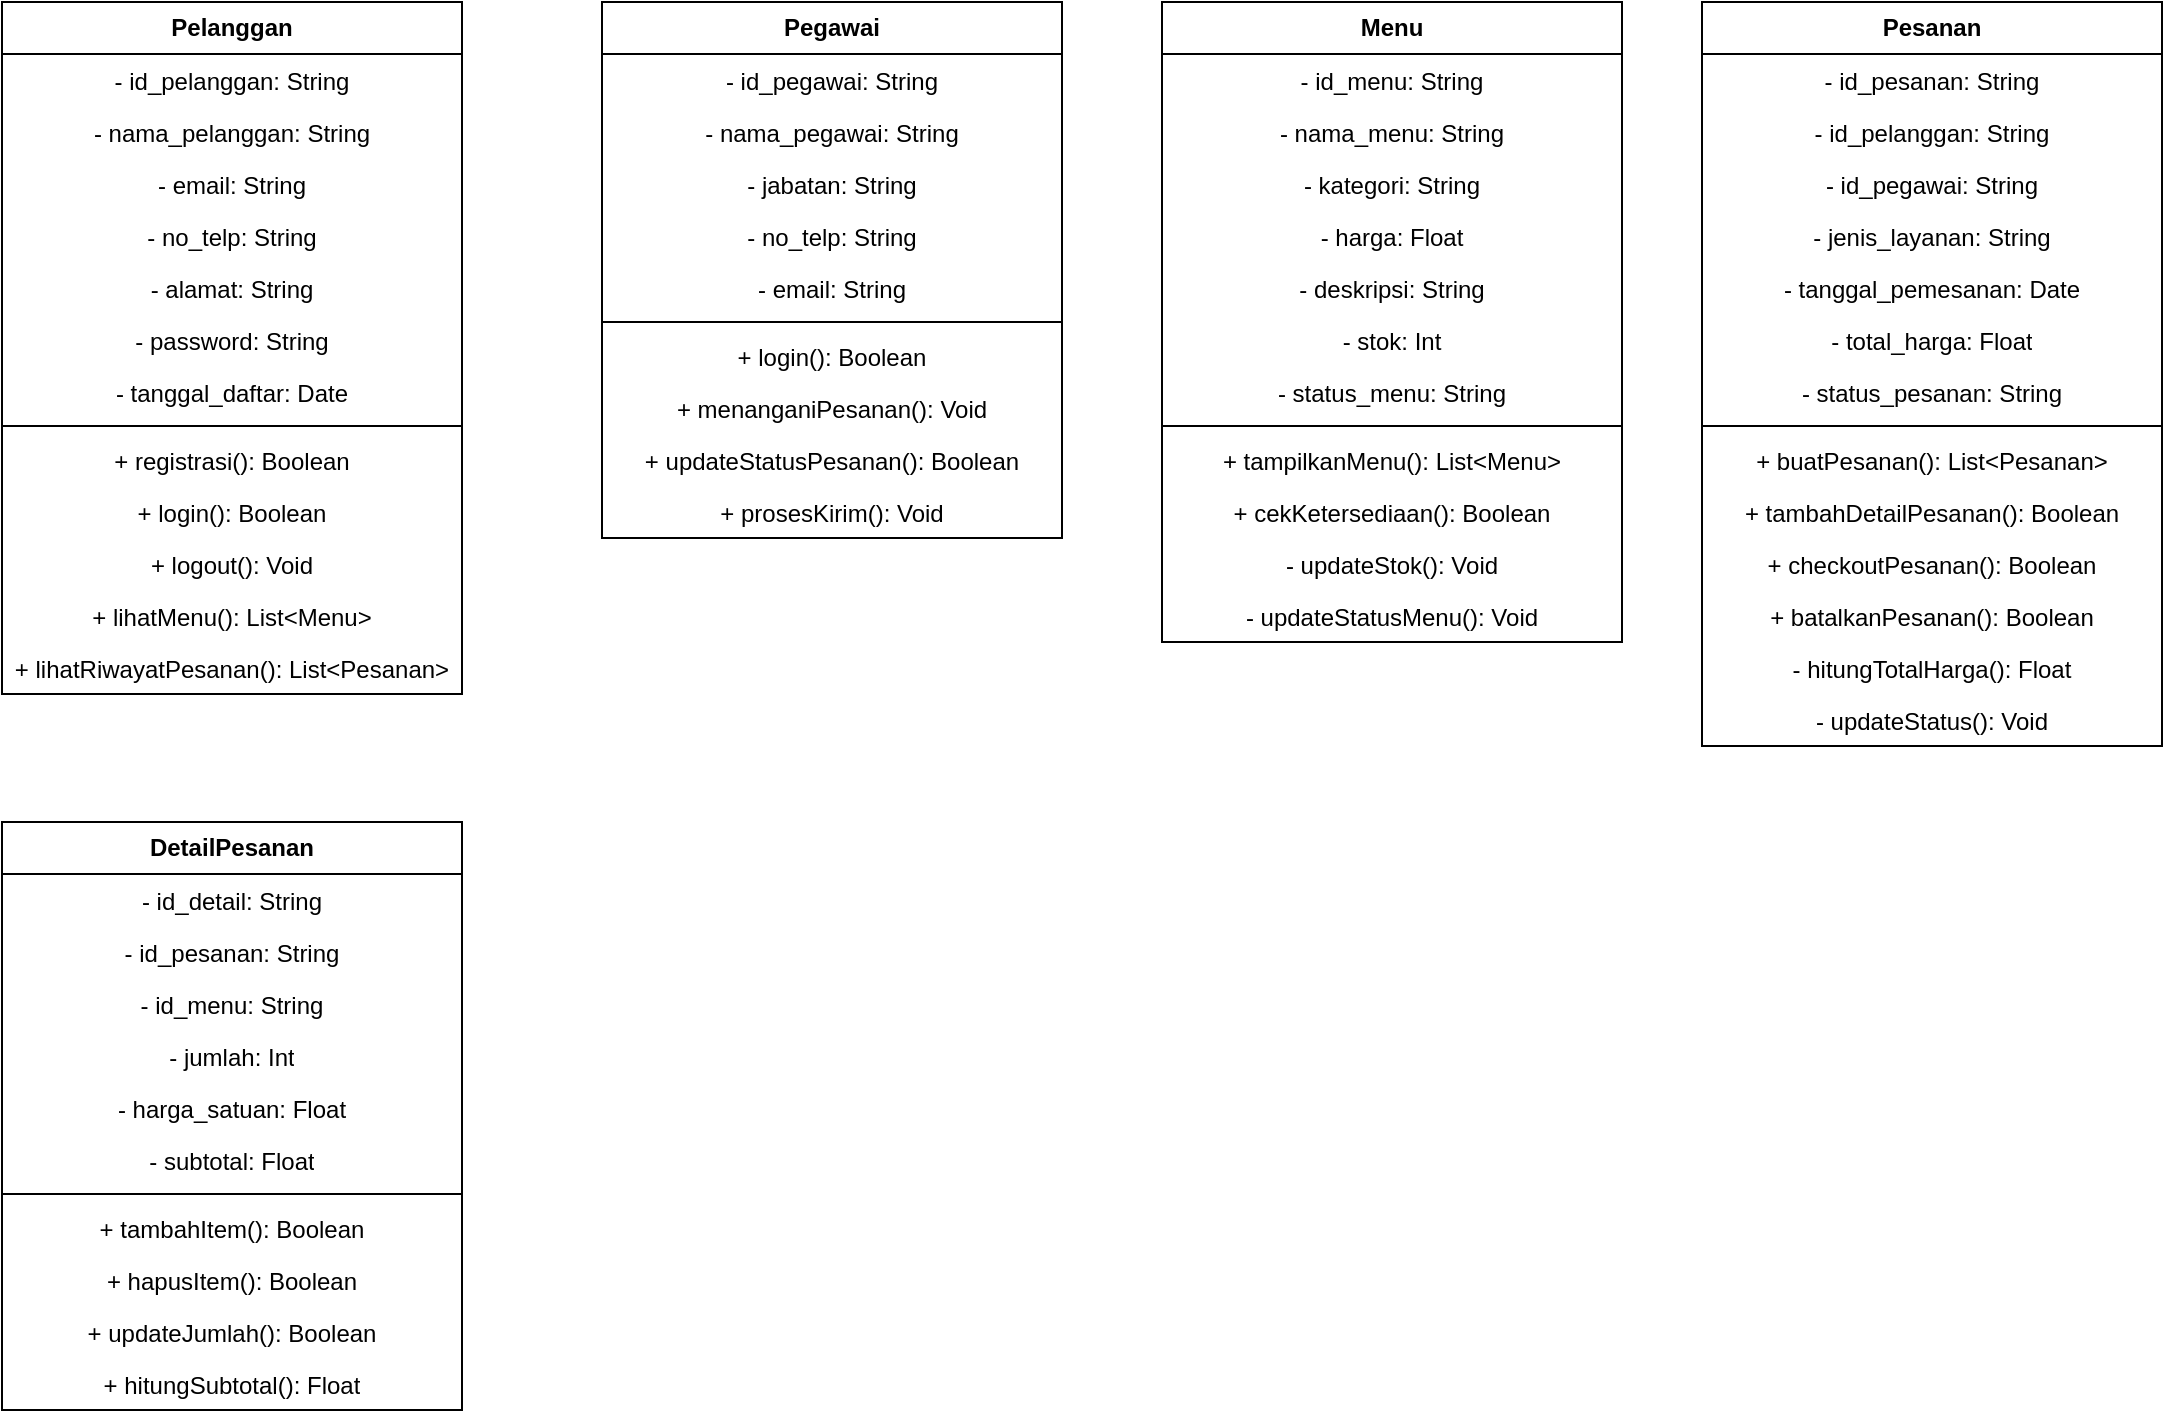
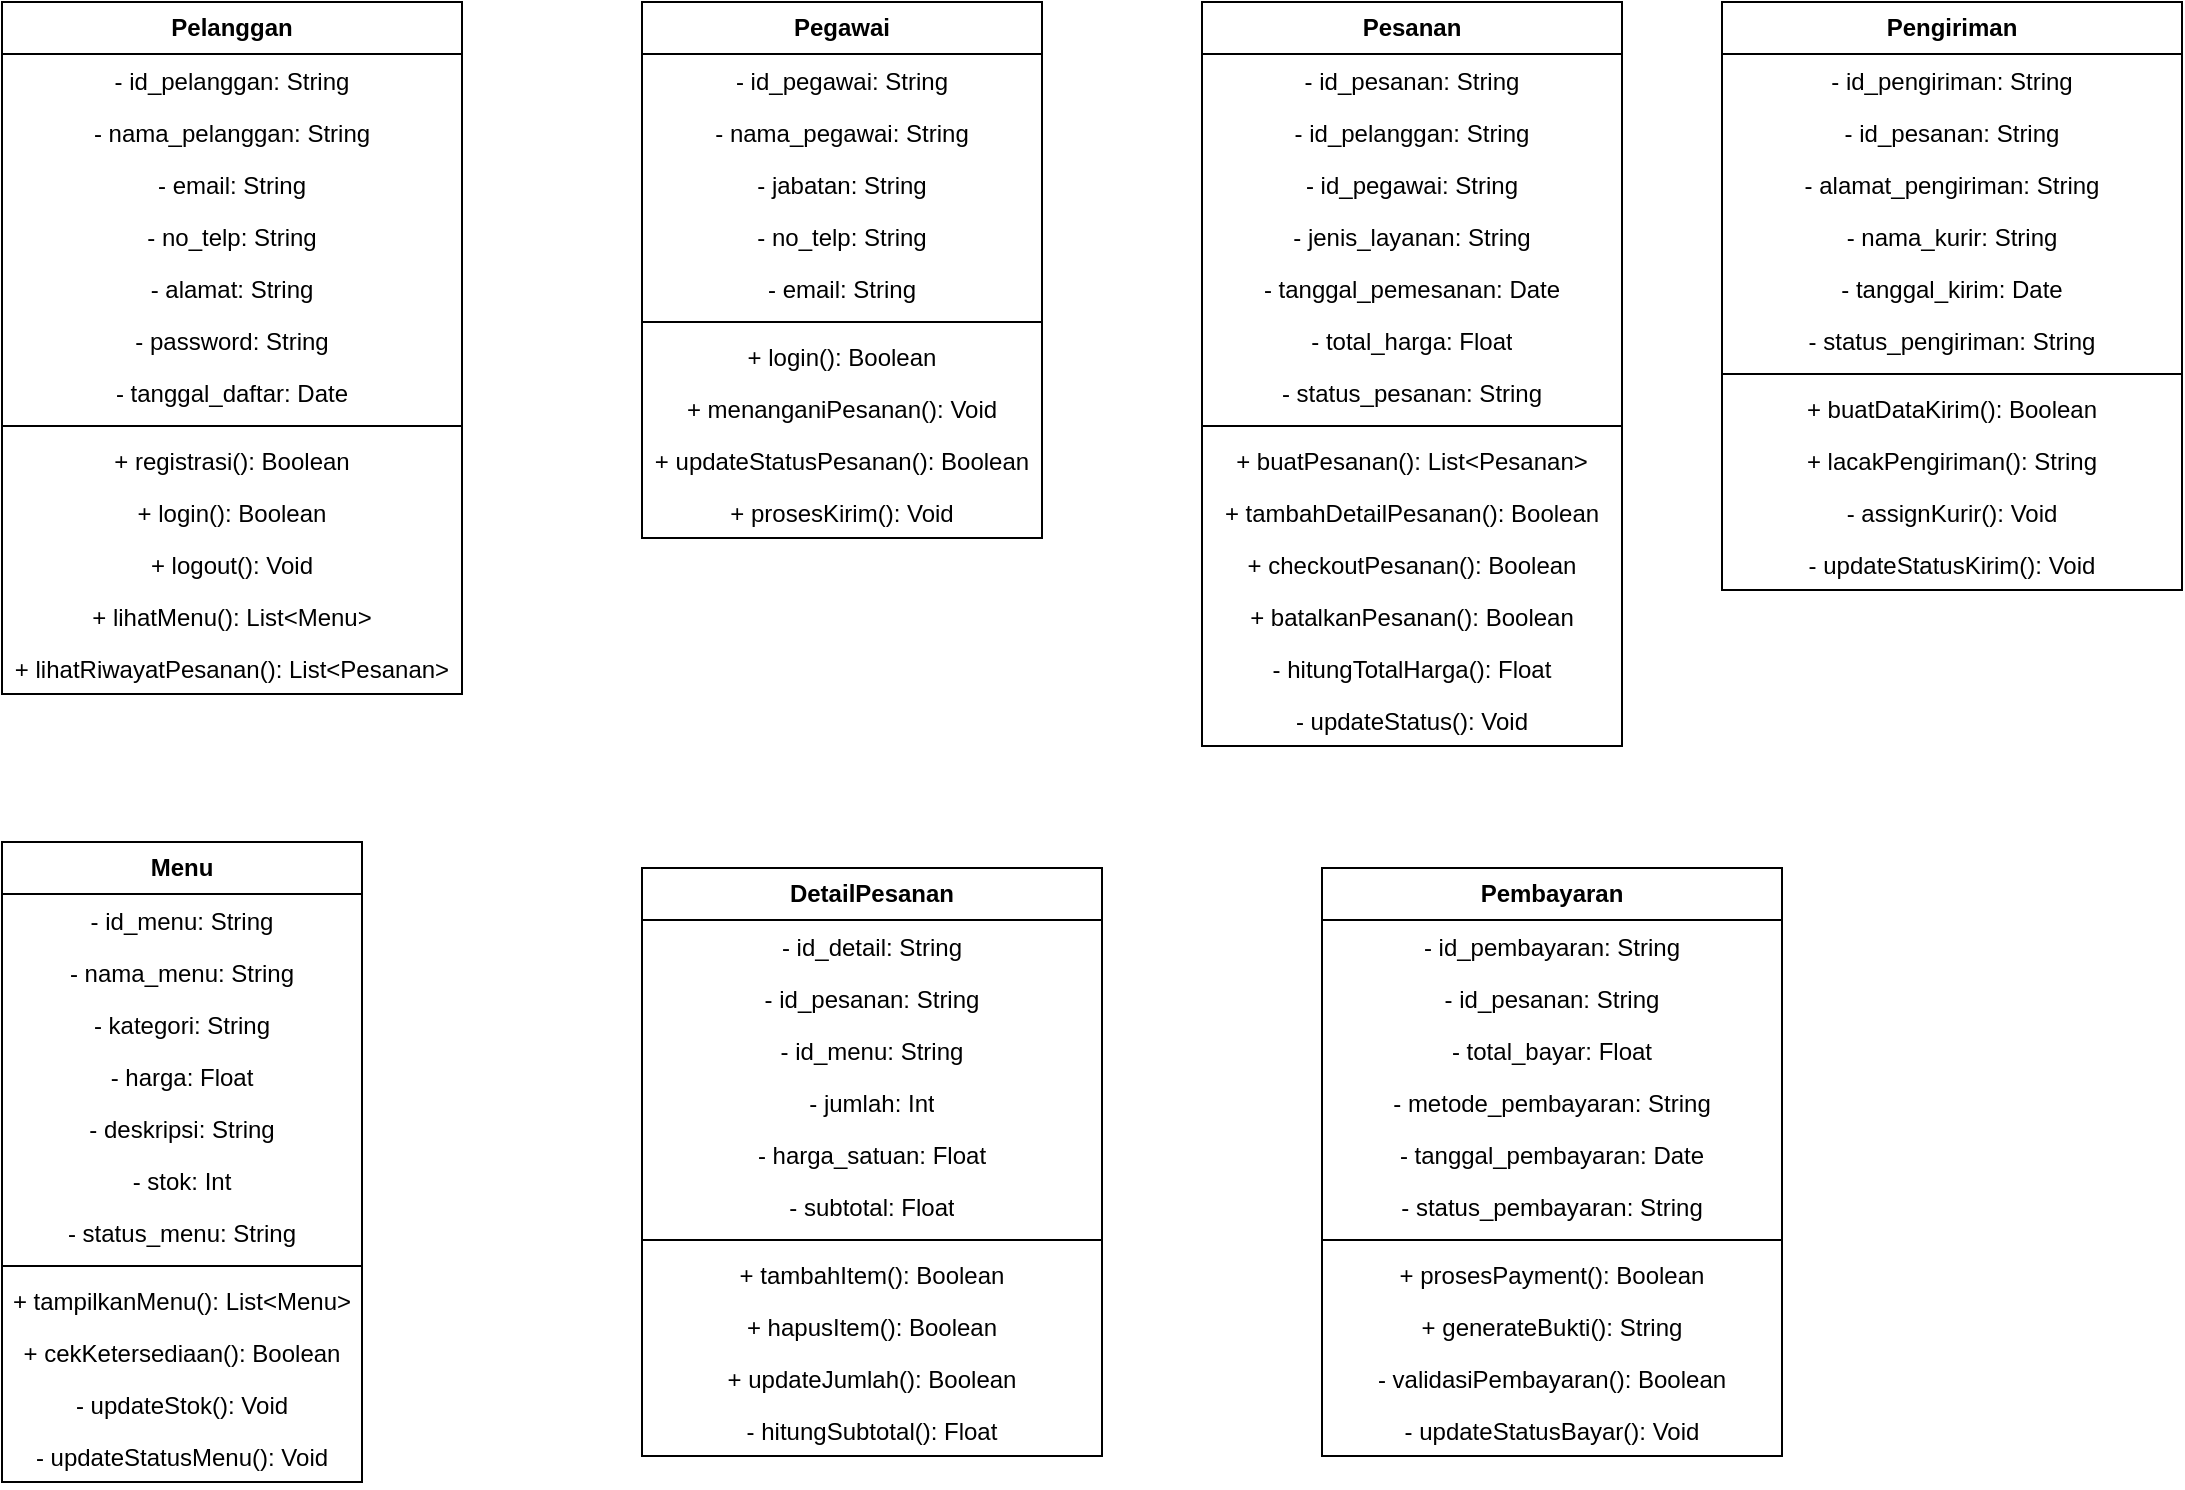
<mxfile host="app.diagrams.net">
  <diagram name="Class Diagram" id="XLRAudqMSV8JJL2WmWoO">
-     <mxGraphModel dx="1168" dy="774" grid="1" gridSize="10" guides="1" tooltips="1" connect="1" arrows="1" fold="1" page="1" pageScale="1" pageWidth="827" pageHeight="1169" math="0" shadow="0">
+     <mxGraphModel dx="1334" dy="884" grid="1" gridSize="10" guides="1" tooltips="1" connect="1" arrows="1" fold="1" page="1" pageScale="1" pageWidth="1169" pageHeight="827" math="0" shadow="0">
      <root>
        <mxCell id="0" />
        <mxCell id="1" parent="0" />
        <mxCell id="4Q5ZbxA_9OykwKKi5Nih-1" parent="1" style="swimlane;fontStyle=1;align=center;verticalAlign=middle;childLayout=stackLayout;horizontal=1;startSize=26;horizontalStack=0;resizeParent=1;resizeParentMax=0;resizeLast=0;collapsible=1;marginBottom=0;whiteSpace=wrap;html=1;labelBorderColor=none;labelBackgroundColor=none;fontColor=default;" value="Pelanggan" vertex="1">
          <mxGeometry height="346" width="230" x="60" y="40" as="geometry" />
        </mxCell>
        <mxCell id="4Q5ZbxA_9OykwKKi5Nih-2" parent="4Q5ZbxA_9OykwKKi5Nih-1" style="text;strokeColor=none;fillColor=none;align=center;verticalAlign=top;spacingLeft=4;spacingRight=4;overflow=hidden;rotatable=0;points=[[0,0.5],[1,0.5]];portConstraint=eastwest;whiteSpace=wrap;html=1;" value="- id_pelanggan: String" vertex="1">
          <mxGeometry height="26" width="230" y="26" as="geometry" />
        </mxCell>
        <mxCell id="4Q5ZbxA_9OykwKKi5Nih-5" parent="4Q5ZbxA_9OykwKKi5Nih-1" style="text;strokeColor=none;fillColor=none;align=center;verticalAlign=top;spacingLeft=4;spacingRight=4;overflow=hidden;rotatable=0;points=[[0,0.5],[1,0.5]];portConstraint=eastwest;whiteSpace=wrap;html=1;" value="- nama_pelanggan: String" vertex="1">
          <mxGeometry height="26" width="230" y="52" as="geometry" />
        </mxCell>
        <mxCell id="4Q5ZbxA_9OykwKKi5Nih-6" parent="4Q5ZbxA_9OykwKKi5Nih-1" style="text;strokeColor=none;fillColor=none;align=center;verticalAlign=top;spacingLeft=4;spacingRight=4;overflow=hidden;rotatable=0;points=[[0,0.5],[1,0.5]];portConstraint=eastwest;whiteSpace=wrap;html=1;" value="- email: String" vertex="1">
          <mxGeometry height="26" width="230" y="78" as="geometry" />
        </mxCell>
        <mxCell id="4Q5ZbxA_9OykwKKi5Nih-7" parent="4Q5ZbxA_9OykwKKi5Nih-1" style="text;strokeColor=none;fillColor=none;align=center;verticalAlign=top;spacingLeft=4;spacingRight=4;overflow=hidden;rotatable=0;points=[[0,0.5],[1,0.5]];portConstraint=eastwest;whiteSpace=wrap;html=1;" value="- no_telp: String" vertex="1">
          <mxGeometry height="26" width="230" y="104" as="geometry" />
        </mxCell>
        <mxCell id="4Q5ZbxA_9OykwKKi5Nih-8" parent="4Q5ZbxA_9OykwKKi5Nih-1" style="text;strokeColor=none;fillColor=none;align=center;verticalAlign=top;spacingLeft=4;spacingRight=4;overflow=hidden;rotatable=0;points=[[0,0.5],[1,0.5]];portConstraint=eastwest;whiteSpace=wrap;html=1;" value="- alamat: String" vertex="1">
          <mxGeometry height="26" width="230" y="130" as="geometry" />
        </mxCell>
        <mxCell id="4Q5ZbxA_9OykwKKi5Nih-9" parent="4Q5ZbxA_9OykwKKi5Nih-1" style="text;strokeColor=none;fillColor=none;align=center;verticalAlign=top;spacingLeft=4;spacingRight=4;overflow=hidden;rotatable=0;points=[[0,0.5],[1,0.5]];portConstraint=eastwest;whiteSpace=wrap;html=1;" value="- password: String" vertex="1">
          <mxGeometry height="26" width="230" y="156" as="geometry" />
        </mxCell>
        <mxCell id="4Q5ZbxA_9OykwKKi5Nih-10" parent="4Q5ZbxA_9OykwKKi5Nih-1" style="text;strokeColor=none;fillColor=none;align=center;verticalAlign=top;spacingLeft=4;spacingRight=4;overflow=hidden;rotatable=0;points=[[0,0.5],[1,0.5]];portConstraint=eastwest;whiteSpace=wrap;html=1;" value="- tanggal_daftar: Date" vertex="1">
          <mxGeometry height="26" width="230" y="182" as="geometry" />
        </mxCell>
        <mxCell id="4Q5ZbxA_9OykwKKi5Nih-3" parent="4Q5ZbxA_9OykwKKi5Nih-1" style="line;strokeWidth=1;fillColor=none;align=center;verticalAlign=middle;spacingTop=-1;spacingLeft=3;spacingRight=3;rotatable=0;labelPosition=right;points=[];portConstraint=eastwest;strokeColor=inherit;" value="" vertex="1">
          <mxGeometry height="8" width="230" y="208" as="geometry" />
        </mxCell>
        <mxCell id="4Q5ZbxA_9OykwKKi5Nih-4" parent="4Q5ZbxA_9OykwKKi5Nih-1" style="text;strokeColor=none;fillColor=none;align=center;verticalAlign=top;spacingLeft=4;spacingRight=4;overflow=hidden;rotatable=0;points=[[0,0.5],[1,0.5]];portConstraint=eastwest;whiteSpace=wrap;html=1;" value="+ registrasi(): Boolean" vertex="1">
          <mxGeometry height="26" width="230" y="216" as="geometry" />
        </mxCell>
        <mxCell id="4Q5ZbxA_9OykwKKi5Nih-11" parent="4Q5ZbxA_9OykwKKi5Nih-1" style="text;strokeColor=none;fillColor=none;align=center;verticalAlign=top;spacingLeft=4;spacingRight=4;overflow=hidden;rotatable=0;points=[[0,0.5],[1,0.5]];portConstraint=eastwest;whiteSpace=wrap;html=1;" value="+ login(): Boolean" vertex="1">
          <mxGeometry height="26" width="230" y="242" as="geometry" />
        </mxCell>
        <mxCell id="4Q5ZbxA_9OykwKKi5Nih-12" parent="4Q5ZbxA_9OykwKKi5Nih-1" style="text;strokeColor=none;fillColor=none;align=center;verticalAlign=top;spacingLeft=4;spacingRight=4;overflow=hidden;rotatable=0;points=[[0,0.5],[1,0.5]];portConstraint=eastwest;whiteSpace=wrap;html=1;" value="+ logout(): Void" vertex="1">
          <mxGeometry height="26" width="230" y="268" as="geometry" />
        </mxCell>
        <mxCell id="4Q5ZbxA_9OykwKKi5Nih-13" parent="4Q5ZbxA_9OykwKKi5Nih-1" style="text;strokeColor=none;fillColor=none;align=center;verticalAlign=top;spacingLeft=4;spacingRight=4;overflow=hidden;rotatable=0;points=[[0,0.5],[1,0.5]];portConstraint=eastwest;whiteSpace=wrap;html=1;" value="+ lihatMenu(): List&amp;lt;Menu&amp;gt;" vertex="1">
          <mxGeometry height="26" width="230" y="294" as="geometry" />
        </mxCell>
        <mxCell id="4Q5ZbxA_9OykwKKi5Nih-14" parent="4Q5ZbxA_9OykwKKi5Nih-1" style="text;strokeColor=none;fillColor=none;align=center;verticalAlign=top;spacingLeft=4;spacingRight=4;overflow=hidden;rotatable=0;points=[[0,0.5],[1,0.5]];portConstraint=eastwest;whiteSpace=wrap;html=1;" value="+ lihatRiwayatPesanan(): List&amp;lt;Pesanan&amp;gt;" vertex="1">
          <mxGeometry height="26" width="230" y="320" as="geometry" />
        </mxCell>
        <mxCell id="4Q5ZbxA_9OykwKKi5Nih-16" parent="1" style="swimlane;fontStyle=1;align=center;verticalAlign=middle;childLayout=stackLayout;horizontal=1;startSize=26;horizontalStack=0;resizeParent=1;resizeParentMax=0;resizeLast=0;collapsible=1;marginBottom=0;whiteSpace=wrap;html=1;labelBorderColor=none;labelBackgroundColor=none;fontColor=default;" value="Pegawai" vertex="1">
-           <mxGeometry height="268" width="230" x="360" y="40" as="geometry" />
+           <mxGeometry height="268" width="200" x="380" y="40" as="geometry" />
        </mxCell>
        <mxCell id="4Q5ZbxA_9OykwKKi5Nih-17" parent="4Q5ZbxA_9OykwKKi5Nih-16" style="text;strokeColor=none;fillColor=none;align=center;verticalAlign=top;spacingLeft=4;spacingRight=4;overflow=hidden;rotatable=0;points=[[0,0.5],[1,0.5]];portConstraint=eastwest;whiteSpace=wrap;html=1;" value="- id_pegawai: String" vertex="1">
-           <mxGeometry height="26" width="230" y="26" as="geometry" />
+           <mxGeometry height="26" width="200" y="26" as="geometry" />
        </mxCell>
        <mxCell id="4Q5ZbxA_9OykwKKi5Nih-18" parent="4Q5ZbxA_9OykwKKi5Nih-16" style="text;strokeColor=none;fillColor=none;align=center;verticalAlign=top;spacingLeft=4;spacingRight=4;overflow=hidden;rotatable=0;points=[[0,0.5],[1,0.5]];portConstraint=eastwest;whiteSpace=wrap;html=1;" value="- nama_pegawai: String" vertex="1">
-           <mxGeometry height="26" width="230" y="52" as="geometry" />
+           <mxGeometry height="26" width="200" y="52" as="geometry" />
        </mxCell>
        <mxCell id="4Q5ZbxA_9OykwKKi5Nih-19" parent="4Q5ZbxA_9OykwKKi5Nih-16" style="text;strokeColor=none;fillColor=none;align=center;verticalAlign=top;spacingLeft=4;spacingRight=4;overflow=hidden;rotatable=0;points=[[0,0.5],[1,0.5]];portConstraint=eastwest;whiteSpace=wrap;html=1;" value="- jabatan: String" vertex="1">
-           <mxGeometry height="26" width="230" y="78" as="geometry" />
+           <mxGeometry height="26" width="200" y="78" as="geometry" />
        </mxCell>
        <mxCell id="4Q5ZbxA_9OykwKKi5Nih-20" parent="4Q5ZbxA_9OykwKKi5Nih-16" style="text;strokeColor=none;fillColor=none;align=center;verticalAlign=top;spacingLeft=4;spacingRight=4;overflow=hidden;rotatable=0;points=[[0,0.5],[1,0.5]];portConstraint=eastwest;whiteSpace=wrap;html=1;" value="- no_telp: String" vertex="1">
-           <mxGeometry height="26" width="230" y="104" as="geometry" />
+           <mxGeometry height="26" width="200" y="104" as="geometry" />
        </mxCell>
        <mxCell id="4Q5ZbxA_9OykwKKi5Nih-21" parent="4Q5ZbxA_9OykwKKi5Nih-16" style="text;strokeColor=none;fillColor=none;align=center;verticalAlign=top;spacingLeft=4;spacingRight=4;overflow=hidden;rotatable=0;points=[[0,0.5],[1,0.5]];portConstraint=eastwest;whiteSpace=wrap;html=1;" value="- email: String" vertex="1">
-           <mxGeometry height="26" width="230" y="130" as="geometry" />
+           <mxGeometry height="26" width="200" y="130" as="geometry" />
        </mxCell>
        <mxCell id="4Q5ZbxA_9OykwKKi5Nih-24" parent="4Q5ZbxA_9OykwKKi5Nih-16" style="line;strokeWidth=1;fillColor=none;align=center;verticalAlign=middle;spacingTop=-1;spacingLeft=3;spacingRight=3;rotatable=0;labelPosition=right;points=[];portConstraint=eastwest;strokeColor=inherit;" value="" vertex="1">
-           <mxGeometry height="8" width="230" y="156" as="geometry" />
+           <mxGeometry height="8" width="200" y="156" as="geometry" />
        </mxCell>
        <mxCell id="4Q5ZbxA_9OykwKKi5Nih-25" parent="4Q5ZbxA_9OykwKKi5Nih-16" style="text;strokeColor=none;fillColor=none;align=center;verticalAlign=top;spacingLeft=4;spacingRight=4;overflow=hidden;rotatable=0;points=[[0,0.5],[1,0.5]];portConstraint=eastwest;whiteSpace=wrap;html=1;" value="+ login(): Boolean" vertex="1">
-           <mxGeometry height="26" width="230" y="164" as="geometry" />
+           <mxGeometry height="26" width="200" y="164" as="geometry" />
        </mxCell>
        <mxCell id="4Q5ZbxA_9OykwKKi5Nih-26" parent="4Q5ZbxA_9OykwKKi5Nih-16" style="text;strokeColor=none;fillColor=none;align=center;verticalAlign=top;spacingLeft=4;spacingRight=4;overflow=hidden;rotatable=0;points=[[0,0.5],[1,0.5]];portConstraint=eastwest;whiteSpace=wrap;html=1;" value="+ menanganiPesanan(): Void" vertex="1">
-           <mxGeometry height="26" width="230" y="190" as="geometry" />
+           <mxGeometry height="26" width="200" y="190" as="geometry" />
        </mxCell>
        <mxCell id="4Q5ZbxA_9OykwKKi5Nih-27" parent="4Q5ZbxA_9OykwKKi5Nih-16" style="text;strokeColor=none;fillColor=none;align=center;verticalAlign=top;spacingLeft=4;spacingRight=4;overflow=hidden;rotatable=0;points=[[0,0.5],[1,0.5]];portConstraint=eastwest;whiteSpace=wrap;html=1;" value="+ updateStatusPesanan(): Boolean" vertex="1">
-           <mxGeometry height="26" width="230" y="216" as="geometry" />
+           <mxGeometry height="26" width="200" y="216" as="geometry" />
        </mxCell>
        <mxCell id="4Q5ZbxA_9OykwKKi5Nih-28" parent="4Q5ZbxA_9OykwKKi5Nih-16" style="text;strokeColor=none;fillColor=none;align=center;verticalAlign=top;spacingLeft=4;spacingRight=4;overflow=hidden;rotatable=0;points=[[0,0.5],[1,0.5]];portConstraint=eastwest;whiteSpace=wrap;html=1;" value="+ prosesKirim(): Void" vertex="1">
-           <mxGeometry height="26" width="230" y="242" as="geometry" />
+           <mxGeometry height="26" width="200" y="242" as="geometry" />
        </mxCell>
        <mxCell id="4Q5ZbxA_9OykwKKi5Nih-30" parent="1" style="swimlane;fontStyle=1;align=center;verticalAlign=middle;childLayout=stackLayout;horizontal=1;startSize=26;horizontalStack=0;resizeParent=1;resizeParentMax=0;resizeLast=0;collapsible=1;marginBottom=0;whiteSpace=wrap;html=1;labelBorderColor=none;labelBackgroundColor=none;fontColor=default;" value="Menu" vertex="1">
-           <mxGeometry height="320" width="230" x="640" y="40" as="geometry" />
+           <mxGeometry height="320" width="180" x="60" y="460" as="geometry" />
        </mxCell>
        <mxCell id="4Q5ZbxA_9OykwKKi5Nih-31" parent="4Q5ZbxA_9OykwKKi5Nih-30" style="text;strokeColor=none;fillColor=none;align=center;verticalAlign=top;spacingLeft=4;spacingRight=4;overflow=hidden;rotatable=0;points=[[0,0.5],[1,0.5]];portConstraint=eastwest;whiteSpace=wrap;html=1;" value="- id_menu: String" vertex="1">
-           <mxGeometry height="26" width="230" y="26" as="geometry" />
+           <mxGeometry height="26" width="180" y="26" as="geometry" />
        </mxCell>
        <mxCell id="4Q5ZbxA_9OykwKKi5Nih-32" parent="4Q5ZbxA_9OykwKKi5Nih-30" style="text;strokeColor=none;fillColor=none;align=center;verticalAlign=top;spacingLeft=4;spacingRight=4;overflow=hidden;rotatable=0;points=[[0,0.5],[1,0.5]];portConstraint=eastwest;whiteSpace=wrap;html=1;" value="- nama_menu: String" vertex="1">
-           <mxGeometry height="26" width="230" y="52" as="geometry" />
+           <mxGeometry height="26" width="180" y="52" as="geometry" />
        </mxCell>
        <mxCell id="4Q5ZbxA_9OykwKKi5Nih-33" parent="4Q5ZbxA_9OykwKKi5Nih-30" style="text;strokeColor=none;fillColor=none;align=center;verticalAlign=top;spacingLeft=4;spacingRight=4;overflow=hidden;rotatable=0;points=[[0,0.5],[1,0.5]];portConstraint=eastwest;whiteSpace=wrap;html=1;" value="- kategori: String" vertex="1">
-           <mxGeometry height="26" width="230" y="78" as="geometry" />
+           <mxGeometry height="26" width="180" y="78" as="geometry" />
        </mxCell>
        <mxCell id="4Q5ZbxA_9OykwKKi5Nih-34" parent="4Q5ZbxA_9OykwKKi5Nih-30" style="text;strokeColor=none;fillColor=none;align=center;verticalAlign=top;spacingLeft=4;spacingRight=4;overflow=hidden;rotatable=0;points=[[0,0.5],[1,0.5]];portConstraint=eastwest;whiteSpace=wrap;html=1;" value="- harga: Float" vertex="1">
-           <mxGeometry height="26" width="230" y="104" as="geometry" />
+           <mxGeometry height="26" width="180" y="104" as="geometry" />
        </mxCell>
        <mxCell id="4Q5ZbxA_9OykwKKi5Nih-35" parent="4Q5ZbxA_9OykwKKi5Nih-30" style="text;strokeColor=none;fillColor=none;align=center;verticalAlign=top;spacingLeft=4;spacingRight=4;overflow=hidden;rotatable=0;points=[[0,0.5],[1,0.5]];portConstraint=eastwest;whiteSpace=wrap;html=1;" value="- deskripsi: String" vertex="1">
-           <mxGeometry height="26" width="230" y="130" as="geometry" />
+           <mxGeometry height="26" width="180" y="130" as="geometry" />
        </mxCell>
        <mxCell id="4Q5ZbxA_9OykwKKi5Nih-36" parent="4Q5ZbxA_9OykwKKi5Nih-30" style="text;strokeColor=none;fillColor=none;align=center;verticalAlign=top;spacingLeft=4;spacingRight=4;overflow=hidden;rotatable=0;points=[[0,0.5],[1,0.5]];portConstraint=eastwest;whiteSpace=wrap;html=1;" value="- stok: Int" vertex="1">
-           <mxGeometry height="26" width="230" y="156" as="geometry" />
+           <mxGeometry height="26" width="180" y="156" as="geometry" />
        </mxCell>
        <mxCell id="4Q5ZbxA_9OykwKKi5Nih-37" parent="4Q5ZbxA_9OykwKKi5Nih-30" style="text;strokeColor=none;fillColor=none;align=center;verticalAlign=top;spacingLeft=4;spacingRight=4;overflow=hidden;rotatable=0;points=[[0,0.5],[1,0.5]];portConstraint=eastwest;whiteSpace=wrap;html=1;" value="- status_menu: String" vertex="1">
-           <mxGeometry height="26" width="230" y="182" as="geometry" />
+           <mxGeometry height="26" width="180" y="182" as="geometry" />
        </mxCell>
        <mxCell id="4Q5ZbxA_9OykwKKi5Nih-38" parent="4Q5ZbxA_9OykwKKi5Nih-30" style="line;strokeWidth=1;fillColor=none;align=center;verticalAlign=middle;spacingTop=-1;spacingLeft=3;spacingRight=3;rotatable=0;labelPosition=right;points=[];portConstraint=eastwest;strokeColor=inherit;" value="" vertex="1">
-           <mxGeometry height="8" width="230" y="208" as="geometry" />
+           <mxGeometry height="8" width="180" y="208" as="geometry" />
        </mxCell>
        <mxCell id="4Q5ZbxA_9OykwKKi5Nih-39" parent="4Q5ZbxA_9OykwKKi5Nih-30" style="text;strokeColor=none;fillColor=none;align=center;verticalAlign=top;spacingLeft=4;spacingRight=4;overflow=hidden;rotatable=0;points=[[0,0.5],[1,0.5]];portConstraint=eastwest;whiteSpace=wrap;html=1;" value="+ tampilkanMenu(): List&amp;lt;Menu&amp;gt;" vertex="1">
-           <mxGeometry height="26" width="230" y="216" as="geometry" />
+           <mxGeometry height="26" width="180" y="216" as="geometry" />
        </mxCell>
        <mxCell id="4Q5ZbxA_9OykwKKi5Nih-40" parent="4Q5ZbxA_9OykwKKi5Nih-30" style="text;strokeColor=none;fillColor=none;align=center;verticalAlign=top;spacingLeft=4;spacingRight=4;overflow=hidden;rotatable=0;points=[[0,0.5],[1,0.5]];portConstraint=eastwest;whiteSpace=wrap;html=1;" value="+ cekKetersediaan(): Boolean" vertex="1">
-           <mxGeometry height="26" width="230" y="242" as="geometry" />
+           <mxGeometry height="26" width="180" y="242" as="geometry" />
        </mxCell>
        <mxCell id="4Q5ZbxA_9OykwKKi5Nih-41" parent="4Q5ZbxA_9OykwKKi5Nih-30" style="text;strokeColor=none;fillColor=none;align=center;verticalAlign=top;spacingLeft=4;spacingRight=4;overflow=hidden;rotatable=0;points=[[0,0.5],[1,0.5]];portConstraint=eastwest;whiteSpace=wrap;html=1;" value="- updateStok(): Void" vertex="1">
-           <mxGeometry height="26" width="230" y="268" as="geometry" />
+           <mxGeometry height="26" width="180" y="268" as="geometry" />
        </mxCell>
        <mxCell id="4Q5ZbxA_9OykwKKi5Nih-42" parent="4Q5ZbxA_9OykwKKi5Nih-30" style="text;strokeColor=none;fillColor=none;align=center;verticalAlign=top;spacingLeft=4;spacingRight=4;overflow=hidden;rotatable=0;points=[[0,0.5],[1,0.5]];portConstraint=eastwest;whiteSpace=wrap;html=1;" value="- updateStatusMenu(): Void" vertex="1">
-           <mxGeometry height="26" width="230" y="294" as="geometry" />
+           <mxGeometry height="26" width="180" y="294" as="geometry" />
        </mxCell>
        <mxCell id="4Q5ZbxA_9OykwKKi5Nih-44" parent="1" style="swimlane;fontStyle=1;align=center;verticalAlign=middle;childLayout=stackLayout;horizontal=1;startSize=26;horizontalStack=0;resizeParent=1;resizeParentMax=0;resizeLast=0;collapsible=1;marginBottom=0;whiteSpace=wrap;html=1;labelBorderColor=none;labelBackgroundColor=none;fontColor=default;" value="Pesanan" vertex="1">
-           <mxGeometry height="372" width="230" x="910" y="40" as="geometry" />
+           <mxGeometry height="372" width="210" x="660" y="40" as="geometry" />
        </mxCell>
        <mxCell id="4Q5ZbxA_9OykwKKi5Nih-45" parent="4Q5ZbxA_9OykwKKi5Nih-44" style="text;strokeColor=none;fillColor=none;align=center;verticalAlign=top;spacingLeft=4;spacingRight=4;overflow=hidden;rotatable=0;points=[[0,0.5],[1,0.5]];portConstraint=eastwest;whiteSpace=wrap;html=1;" value="- id_pesanan: String" vertex="1">
-           <mxGeometry height="26" width="230" y="26" as="geometry" />
+           <mxGeometry height="26" width="210" y="26" as="geometry" />
        </mxCell>
        <mxCell id="4Q5ZbxA_9OykwKKi5Nih-46" parent="4Q5ZbxA_9OykwKKi5Nih-44" style="text;strokeColor=none;fillColor=none;align=center;verticalAlign=top;spacingLeft=4;spacingRight=4;overflow=hidden;rotatable=0;points=[[0,0.5],[1,0.5]];portConstraint=eastwest;whiteSpace=wrap;html=1;" value="- id_pelanggan: String" vertex="1">
-           <mxGeometry height="26" width="230" y="52" as="geometry" />
+           <mxGeometry height="26" width="210" y="52" as="geometry" />
        </mxCell>
        <mxCell id="4Q5ZbxA_9OykwKKi5Nih-47" parent="4Q5ZbxA_9OykwKKi5Nih-44" style="text;strokeColor=none;fillColor=none;align=center;verticalAlign=top;spacingLeft=4;spacingRight=4;overflow=hidden;rotatable=0;points=[[0,0.5],[1,0.5]];portConstraint=eastwest;whiteSpace=wrap;html=1;" value="- id_pegawai: String" vertex="1">
-           <mxGeometry height="26" width="230" y="78" as="geometry" />
+           <mxGeometry height="26" width="210" y="78" as="geometry" />
        </mxCell>
        <mxCell id="4Q5ZbxA_9OykwKKi5Nih-48" parent="4Q5ZbxA_9OykwKKi5Nih-44" style="text;strokeColor=none;fillColor=none;align=center;verticalAlign=top;spacingLeft=4;spacingRight=4;overflow=hidden;rotatable=0;points=[[0,0.5],[1,0.5]];portConstraint=eastwest;whiteSpace=wrap;html=1;" value="- jenis_layanan: String" vertex="1">
-           <mxGeometry height="26" width="230" y="104" as="geometry" />
+           <mxGeometry height="26" width="210" y="104" as="geometry" />
        </mxCell>
        <mxCell id="4Q5ZbxA_9OykwKKi5Nih-49" parent="4Q5ZbxA_9OykwKKi5Nih-44" style="text;strokeColor=none;fillColor=none;align=center;verticalAlign=top;spacingLeft=4;spacingRight=4;overflow=hidden;rotatable=0;points=[[0,0.5],[1,0.5]];portConstraint=eastwest;whiteSpace=wrap;html=1;" value="- tanggal_pemesanan: Date" vertex="1">
-           <mxGeometry height="26" width="230" y="130" as="geometry" />
+           <mxGeometry height="26" width="210" y="130" as="geometry" />
        </mxCell>
        <mxCell id="4Q5ZbxA_9OykwKKi5Nih-50" parent="4Q5ZbxA_9OykwKKi5Nih-44" style="text;strokeColor=none;fillColor=none;align=center;verticalAlign=top;spacingLeft=4;spacingRight=4;overflow=hidden;rotatable=0;points=[[0,0.5],[1,0.5]];portConstraint=eastwest;whiteSpace=wrap;html=1;" value="- total_harga: Float" vertex="1">
-           <mxGeometry height="26" width="230" y="156" as="geometry" />
+           <mxGeometry height="26" width="210" y="156" as="geometry" />
        </mxCell>
        <mxCell id="4Q5ZbxA_9OykwKKi5Nih-51" parent="4Q5ZbxA_9OykwKKi5Nih-44" style="text;strokeColor=none;fillColor=none;align=center;verticalAlign=top;spacingLeft=4;spacingRight=4;overflow=hidden;rotatable=0;points=[[0,0.5],[1,0.5]];portConstraint=eastwest;whiteSpace=wrap;html=1;" value="- status_pesanan: String" vertex="1">
-           <mxGeometry height="26" width="230" y="182" as="geometry" />
+           <mxGeometry height="26" width="210" y="182" as="geometry" />
        </mxCell>
        <mxCell id="4Q5ZbxA_9OykwKKi5Nih-52" parent="4Q5ZbxA_9OykwKKi5Nih-44" style="line;strokeWidth=1;fillColor=none;align=center;verticalAlign=middle;spacingTop=-1;spacingLeft=3;spacingRight=3;rotatable=0;labelPosition=right;points=[];portConstraint=eastwest;strokeColor=inherit;" value="" vertex="1">
-           <mxGeometry height="8" width="230" y="208" as="geometry" />
+           <mxGeometry height="8" width="210" y="208" as="geometry" />
        </mxCell>
        <mxCell id="4Q5ZbxA_9OykwKKi5Nih-53" parent="4Q5ZbxA_9OykwKKi5Nih-44" style="text;strokeColor=none;fillColor=none;align=center;verticalAlign=top;spacingLeft=4;spacingRight=4;overflow=hidden;rotatable=0;points=[[0,0.5],[1,0.5]];portConstraint=eastwest;whiteSpace=wrap;html=1;" value="+ buatPesanan(): List&amp;lt;Pesanan&amp;gt;" vertex="1">
-           <mxGeometry height="26" width="230" y="216" as="geometry" />
+           <mxGeometry height="26" width="210" y="216" as="geometry" />
        </mxCell>
        <mxCell id="4Q5ZbxA_9OykwKKi5Nih-54" parent="4Q5ZbxA_9OykwKKi5Nih-44" style="text;strokeColor=none;fillColor=none;align=center;verticalAlign=top;spacingLeft=4;spacingRight=4;overflow=hidden;rotatable=0;points=[[0,0.5],[1,0.5]];portConstraint=eastwest;whiteSpace=wrap;html=1;" value="+ tambahDetailPesanan(): Boolean" vertex="1">
-           <mxGeometry height="26" width="230" y="242" as="geometry" />
+           <mxGeometry height="26" width="210" y="242" as="geometry" />
        </mxCell>
        <mxCell id="4Q5ZbxA_9OykwKKi5Nih-55" parent="4Q5ZbxA_9OykwKKi5Nih-44" style="text;strokeColor=none;fillColor=none;align=center;verticalAlign=top;spacingLeft=4;spacingRight=4;overflow=hidden;rotatable=0;points=[[0,0.5],[1,0.5]];portConstraint=eastwest;whiteSpace=wrap;html=1;" value="+ checkoutPesanan(): Boolean" vertex="1">
-           <mxGeometry height="26" width="230" y="268" as="geometry" />
+           <mxGeometry height="26" width="210" y="268" as="geometry" />
        </mxCell>
        <mxCell id="4Q5ZbxA_9OykwKKi5Nih-56" parent="4Q5ZbxA_9OykwKKi5Nih-44" style="text;strokeColor=none;fillColor=none;align=center;verticalAlign=top;spacingLeft=4;spacingRight=4;overflow=hidden;rotatable=0;points=[[0,0.5],[1,0.5]];portConstraint=eastwest;whiteSpace=wrap;html=1;" value="+ batalkanPesanan(): Boolean" vertex="1">
-           <mxGeometry height="26" width="230" y="294" as="geometry" />
+           <mxGeometry height="26" width="210" y="294" as="geometry" />
        </mxCell>
        <mxCell id="4Q5ZbxA_9OykwKKi5Nih-57" parent="4Q5ZbxA_9OykwKKi5Nih-44" style="text;strokeColor=none;fillColor=none;align=center;verticalAlign=top;spacingLeft=4;spacingRight=4;overflow=hidden;rotatable=0;points=[[0,0.5],[1,0.5]];portConstraint=eastwest;whiteSpace=wrap;html=1;" value="- hitungTotalHarga(): Float" vertex="1">
-           <mxGeometry height="26" width="230" y="320" as="geometry" />
+           <mxGeometry height="26" width="210" y="320" as="geometry" />
        </mxCell>
        <mxCell id="-Ip3KR_69kROD7_R9hKT-1" parent="4Q5ZbxA_9OykwKKi5Nih-44" style="text;strokeColor=none;fillColor=none;align=center;verticalAlign=top;spacingLeft=4;spacingRight=4;overflow=hidden;rotatable=0;points=[[0,0.5],[1,0.5]];portConstraint=eastwest;whiteSpace=wrap;html=1;" value="- updateStatus(): Void" vertex="1">
-           <mxGeometry height="26" width="230" y="346" as="geometry" />
+           <mxGeometry height="26" width="210" y="346" as="geometry" />
        </mxCell>
        <mxCell id="-Ip3KR_69kROD7_R9hKT-2" parent="1" style="swimlane;fontStyle=1;align=center;verticalAlign=middle;childLayout=stackLayout;horizontal=1;startSize=26;horizontalStack=0;resizeParent=1;resizeParentMax=0;resizeLast=0;collapsible=1;marginBottom=0;whiteSpace=wrap;html=1;labelBorderColor=none;labelBackgroundColor=none;fontColor=default;" value="DetailPesanan" vertex="1">
-           <mxGeometry height="294" width="230" x="60" y="450" as="geometry" />
+           <mxGeometry height="294" width="230" x="380" y="473" as="geometry" />
        </mxCell>
        <mxCell id="-Ip3KR_69kROD7_R9hKT-3" parent="-Ip3KR_69kROD7_R9hKT-2" style="text;strokeColor=none;fillColor=none;align=center;verticalAlign=top;spacingLeft=4;spacingRight=4;overflow=hidden;rotatable=0;points=[[0,0.5],[1,0.5]];portConstraint=eastwest;whiteSpace=wrap;html=1;" value="- id_detail: String" vertex="1">
          <mxGeometry height="26" width="230" y="26" as="geometry" />
        </mxCell>
        <mxCell id="-Ip3KR_69kROD7_R9hKT-4" parent="-Ip3KR_69kROD7_R9hKT-2" style="text;strokeColor=none;fillColor=none;align=center;verticalAlign=top;spacingLeft=4;spacingRight=4;overflow=hidden;rotatable=0;points=[[0,0.5],[1,0.5]];portConstraint=eastwest;whiteSpace=wrap;html=1;" value="- id_pesanan: String" vertex="1">
          <mxGeometry height="26" width="230" y="52" as="geometry" />
        </mxCell>
        <mxCell id="-Ip3KR_69kROD7_R9hKT-5" parent="-Ip3KR_69kROD7_R9hKT-2" style="text;strokeColor=none;fillColor=none;align=center;verticalAlign=top;spacingLeft=4;spacingRight=4;overflow=hidden;rotatable=0;points=[[0,0.5],[1,0.5]];portConstraint=eastwest;whiteSpace=wrap;html=1;" value="- id_menu: String" vertex="1">
          <mxGeometry height="26" width="230" y="78" as="geometry" />
        </mxCell>
        <mxCell id="-Ip3KR_69kROD7_R9hKT-6" parent="-Ip3KR_69kROD7_R9hKT-2" style="text;strokeColor=none;fillColor=none;align=center;verticalAlign=top;spacingLeft=4;spacingRight=4;overflow=hidden;rotatable=0;points=[[0,0.5],[1,0.5]];portConstraint=eastwest;whiteSpace=wrap;html=1;" value="- jumlah: Int" vertex="1">
          <mxGeometry height="26" width="230" y="104" as="geometry" />
        </mxCell>
        <mxCell id="-Ip3KR_69kROD7_R9hKT-7" parent="-Ip3KR_69kROD7_R9hKT-2" style="text;strokeColor=none;fillColor=none;align=center;verticalAlign=top;spacingLeft=4;spacingRight=4;overflow=hidden;rotatable=0;points=[[0,0.5],[1,0.5]];portConstraint=eastwest;whiteSpace=wrap;html=1;" value="- harga_satuan: Float" vertex="1">
          <mxGeometry height="26" width="230" y="130" as="geometry" />
        </mxCell>
        <mxCell id="-Ip3KR_69kROD7_R9hKT-13" parent="-Ip3KR_69kROD7_R9hKT-2" style="text;strokeColor=none;fillColor=none;align=center;verticalAlign=top;spacingLeft=4;spacingRight=4;overflow=hidden;rotatable=0;points=[[0,0.5],[1,0.5]];portConstraint=eastwest;whiteSpace=wrap;html=1;" value="- subtotal: Float" vertex="1">
          <mxGeometry height="26" width="230" y="156" as="geometry" />
        </mxCell>
        <mxCell id="-Ip3KR_69kROD7_R9hKT-8" parent="-Ip3KR_69kROD7_R9hKT-2" style="line;strokeWidth=1;fillColor=none;align=center;verticalAlign=middle;spacingTop=-1;spacingLeft=3;spacingRight=3;rotatable=0;labelPosition=right;points=[];portConstraint=eastwest;strokeColor=inherit;" value="" vertex="1">
          <mxGeometry height="8" width="230" y="182" as="geometry" />
        </mxCell>
        <mxCell id="-Ip3KR_69kROD7_R9hKT-9" parent="-Ip3KR_69kROD7_R9hKT-2" style="text;strokeColor=none;fillColor=none;align=center;verticalAlign=top;spacingLeft=4;spacingRight=4;overflow=hidden;rotatable=0;points=[[0,0.5],[1,0.5]];portConstraint=eastwest;whiteSpace=wrap;html=1;" value="+ tambahItem(): Boolean" vertex="1">
          <mxGeometry height="26" width="230" y="190" as="geometry" />
        </mxCell>
        <mxCell id="-Ip3KR_69kROD7_R9hKT-10" parent="-Ip3KR_69kROD7_R9hKT-2" style="text;strokeColor=none;fillColor=none;align=center;verticalAlign=top;spacingLeft=4;spacingRight=4;overflow=hidden;rotatable=0;points=[[0,0.5],[1,0.5]];portConstraint=eastwest;whiteSpace=wrap;html=1;" value="+ hapusItem(): Boolean" vertex="1">
          <mxGeometry height="26" width="230" y="216" as="geometry" />
        </mxCell>
        <mxCell id="-Ip3KR_69kROD7_R9hKT-11" parent="-Ip3KR_69kROD7_R9hKT-2" style="text;strokeColor=none;fillColor=none;align=center;verticalAlign=top;spacingLeft=4;spacingRight=4;overflow=hidden;rotatable=0;points=[[0,0.5],[1,0.5]];portConstraint=eastwest;whiteSpace=wrap;html=1;" value="+ updateJumlah(): Boolean" vertex="1">
          <mxGeometry height="26" width="230" y="242" as="geometry" />
        </mxCell>
-         <mxCell id="-Ip3KR_69kROD7_R9hKT-12" parent="-Ip3KR_69kROD7_R9hKT-2" style="text;strokeColor=none;fillColor=none;align=center;verticalAlign=top;spacingLeft=4;spacingRight=4;overflow=hidden;rotatable=0;points=[[0,0.5],[1,0.5]];portConstraint=eastwest;whiteSpace=wrap;html=1;" value="+ hitungSubtotal(): Float" vertex="1">
+         <mxCell id="-Ip3KR_69kROD7_R9hKT-12" parent="-Ip3KR_69kROD7_R9hKT-2" style="text;strokeColor=none;fillColor=none;align=center;verticalAlign=top;spacingLeft=4;spacingRight=4;overflow=hidden;rotatable=0;points=[[0,0.5],[1,0.5]];portConstraint=eastwest;whiteSpace=wrap;html=1;" value="- hitungSubtotal(): Float" vertex="1">
+           <mxGeometry height="26" width="230" y="268" as="geometry" />
+         </mxCell>
+         <mxCell id="-Ip3KR_69kROD7_R9hKT-14" parent="1" style="swimlane;fontStyle=1;align=center;verticalAlign=middle;childLayout=stackLayout;horizontal=1;startSize=26;horizontalStack=0;resizeParent=1;resizeParentMax=0;resizeLast=0;collapsible=1;marginBottom=0;whiteSpace=wrap;html=1;labelBorderColor=none;labelBackgroundColor=none;fontColor=default;" value="Pembayaran" vertex="1">
+           <mxGeometry height="294" width="230" x="720" y="473" as="geometry" />
+         </mxCell>
+         <mxCell id="-Ip3KR_69kROD7_R9hKT-15" parent="-Ip3KR_69kROD7_R9hKT-14" style="text;strokeColor=none;fillColor=none;align=center;verticalAlign=top;spacingLeft=4;spacingRight=4;overflow=hidden;rotatable=0;points=[[0,0.5],[1,0.5]];portConstraint=eastwest;whiteSpace=wrap;html=1;" value="- id_pembayaran: String" vertex="1">
+           <mxGeometry height="26" width="230" y="26" as="geometry" />
+         </mxCell>
+         <mxCell id="-Ip3KR_69kROD7_R9hKT-16" parent="-Ip3KR_69kROD7_R9hKT-14" style="text;strokeColor=none;fillColor=none;align=center;verticalAlign=top;spacingLeft=4;spacingRight=4;overflow=hidden;rotatable=0;points=[[0,0.5],[1,0.5]];portConstraint=eastwest;whiteSpace=wrap;html=1;" value="- id_pesanan: String" vertex="1">
+           <mxGeometry height="26" width="230" y="52" as="geometry" />
+         </mxCell>
+         <mxCell id="-Ip3KR_69kROD7_R9hKT-17" parent="-Ip3KR_69kROD7_R9hKT-14" style="text;strokeColor=none;fillColor=none;align=center;verticalAlign=top;spacingLeft=4;spacingRight=4;overflow=hidden;rotatable=0;points=[[0,0.5],[1,0.5]];portConstraint=eastwest;whiteSpace=wrap;html=1;" value="- total_bayar: Float" vertex="1">
+           <mxGeometry height="26" width="230" y="78" as="geometry" />
+         </mxCell>
+         <mxCell id="-Ip3KR_69kROD7_R9hKT-18" parent="-Ip3KR_69kROD7_R9hKT-14" style="text;strokeColor=none;fillColor=none;align=center;verticalAlign=top;spacingLeft=4;spacingRight=4;overflow=hidden;rotatable=0;points=[[0,0.5],[1,0.5]];portConstraint=eastwest;whiteSpace=wrap;html=1;" value="- metode_pembayaran: String" vertex="1">
+           <mxGeometry height="26" width="230" y="104" as="geometry" />
+         </mxCell>
+         <mxCell id="-Ip3KR_69kROD7_R9hKT-19" parent="-Ip3KR_69kROD7_R9hKT-14" style="text;strokeColor=none;fillColor=none;align=center;verticalAlign=top;spacingLeft=4;spacingRight=4;overflow=hidden;rotatable=0;points=[[0,0.5],[1,0.5]];portConstraint=eastwest;whiteSpace=wrap;html=1;" value="- tanggal_pembayaran: Date" vertex="1">
+           <mxGeometry height="26" width="230" y="130" as="geometry" />
+         </mxCell>
+         <mxCell id="-Ip3KR_69kROD7_R9hKT-20" parent="-Ip3KR_69kROD7_R9hKT-14" style="text;strokeColor=none;fillColor=none;align=center;verticalAlign=top;spacingLeft=4;spacingRight=4;overflow=hidden;rotatable=0;points=[[0,0.5],[1,0.5]];portConstraint=eastwest;whiteSpace=wrap;html=1;" value="- status_pembayaran: String" vertex="1">
+           <mxGeometry height="26" width="230" y="156" as="geometry" />
+         </mxCell>
+         <mxCell id="-Ip3KR_69kROD7_R9hKT-21" parent="-Ip3KR_69kROD7_R9hKT-14" style="line;strokeWidth=1;fillColor=none;align=center;verticalAlign=middle;spacingTop=-1;spacingLeft=3;spacingRight=3;rotatable=0;labelPosition=right;points=[];portConstraint=eastwest;strokeColor=inherit;" value="" vertex="1">
+           <mxGeometry height="8" width="230" y="182" as="geometry" />
+         </mxCell>
+         <mxCell id="-Ip3KR_69kROD7_R9hKT-22" parent="-Ip3KR_69kROD7_R9hKT-14" style="text;strokeColor=none;fillColor=none;align=center;verticalAlign=top;spacingLeft=4;spacingRight=4;overflow=hidden;rotatable=0;points=[[0,0.5],[1,0.5]];portConstraint=eastwest;whiteSpace=wrap;html=1;" value="+ prosesPayment(): Boolean" vertex="1">
+           <mxGeometry height="26" width="230" y="190" as="geometry" />
+         </mxCell>
+         <mxCell id="-Ip3KR_69kROD7_R9hKT-23" parent="-Ip3KR_69kROD7_R9hKT-14" style="text;strokeColor=none;fillColor=none;align=center;verticalAlign=top;spacingLeft=4;spacingRight=4;overflow=hidden;rotatable=0;points=[[0,0.5],[1,0.5]];portConstraint=eastwest;whiteSpace=wrap;html=1;" value="+ generateBukti(): String" vertex="1">
+           <mxGeometry height="26" width="230" y="216" as="geometry" />
+         </mxCell>
+         <mxCell id="-Ip3KR_69kROD7_R9hKT-24" parent="-Ip3KR_69kROD7_R9hKT-14" style="text;strokeColor=none;fillColor=none;align=center;verticalAlign=top;spacingLeft=4;spacingRight=4;overflow=hidden;rotatable=0;points=[[0,0.5],[1,0.5]];portConstraint=eastwest;whiteSpace=wrap;html=1;" value="- validasiPembayaran(): Boolean" vertex="1">
+           <mxGeometry height="26" width="230" y="242" as="geometry" />
+         </mxCell>
+         <mxCell id="-Ip3KR_69kROD7_R9hKT-25" parent="-Ip3KR_69kROD7_R9hKT-14" style="text;strokeColor=none;fillColor=none;align=center;verticalAlign=top;spacingLeft=4;spacingRight=4;overflow=hidden;rotatable=0;points=[[0,0.5],[1,0.5]];portConstraint=eastwest;whiteSpace=wrap;html=1;" value="- updateStatusBayar(): Void" vertex="1">
+           <mxGeometry height="26" width="230" y="268" as="geometry" />
+         </mxCell>
+         <mxCell id="-Ip3KR_69kROD7_R9hKT-26" parent="1" style="swimlane;fontStyle=1;align=center;verticalAlign=middle;childLayout=stackLayout;horizontal=1;startSize=26;horizontalStack=0;resizeParent=1;resizeParentMax=0;resizeLast=0;collapsible=1;marginBottom=0;whiteSpace=wrap;html=1;labelBorderColor=none;labelBackgroundColor=none;fontColor=default;" value="Pengiriman" vertex="1">
+           <mxGeometry height="294" width="230" x="920" y="40" as="geometry" />
+         </mxCell>
+         <mxCell id="-Ip3KR_69kROD7_R9hKT-27" parent="-Ip3KR_69kROD7_R9hKT-26" style="text;strokeColor=none;fillColor=none;align=center;verticalAlign=top;spacingLeft=4;spacingRight=4;overflow=hidden;rotatable=0;points=[[0,0.5],[1,0.5]];portConstraint=eastwest;whiteSpace=wrap;html=1;" value="- id_pengiriman: String" vertex="1">
+           <mxGeometry height="26" width="230" y="26" as="geometry" />
+         </mxCell>
+         <mxCell id="-Ip3KR_69kROD7_R9hKT-28" parent="-Ip3KR_69kROD7_R9hKT-26" style="text;strokeColor=none;fillColor=none;align=center;verticalAlign=top;spacingLeft=4;spacingRight=4;overflow=hidden;rotatable=0;points=[[0,0.5],[1,0.5]];portConstraint=eastwest;whiteSpace=wrap;html=1;" value="- id_pesanan: String" vertex="1">
+           <mxGeometry height="26" width="230" y="52" as="geometry" />
+         </mxCell>
+         <mxCell id="-Ip3KR_69kROD7_R9hKT-29" parent="-Ip3KR_69kROD7_R9hKT-26" style="text;strokeColor=none;fillColor=none;align=center;verticalAlign=top;spacingLeft=4;spacingRight=4;overflow=hidden;rotatable=0;points=[[0,0.5],[1,0.5]];portConstraint=eastwest;whiteSpace=wrap;html=1;" value="- alamat_pengiriman: String" vertex="1">
+           <mxGeometry height="26" width="230" y="78" as="geometry" />
+         </mxCell>
+         <mxCell id="-Ip3KR_69kROD7_R9hKT-30" parent="-Ip3KR_69kROD7_R9hKT-26" style="text;strokeColor=none;fillColor=none;align=center;verticalAlign=top;spacingLeft=4;spacingRight=4;overflow=hidden;rotatable=0;points=[[0,0.5],[1,0.5]];portConstraint=eastwest;whiteSpace=wrap;html=1;" value="- nama_kurir: String" vertex="1">
+           <mxGeometry height="26" width="230" y="104" as="geometry" />
+         </mxCell>
+         <mxCell id="-Ip3KR_69kROD7_R9hKT-31" parent="-Ip3KR_69kROD7_R9hKT-26" style="text;strokeColor=none;fillColor=none;align=center;verticalAlign=top;spacingLeft=4;spacingRight=4;overflow=hidden;rotatable=0;points=[[0,0.5],[1,0.5]];portConstraint=eastwest;whiteSpace=wrap;html=1;" value="- tanggal_kirim: Date" vertex="1">
+           <mxGeometry height="26" width="230" y="130" as="geometry" />
+         </mxCell>
+         <mxCell id="-Ip3KR_69kROD7_R9hKT-32" parent="-Ip3KR_69kROD7_R9hKT-26" style="text;strokeColor=none;fillColor=none;align=center;verticalAlign=top;spacingLeft=4;spacingRight=4;overflow=hidden;rotatable=0;points=[[0,0.5],[1,0.5]];portConstraint=eastwest;whiteSpace=wrap;html=1;" value="- status_pengiriman: String" vertex="1">
+           <mxGeometry height="26" width="230" y="156" as="geometry" />
+         </mxCell>
+         <mxCell id="-Ip3KR_69kROD7_R9hKT-33" parent="-Ip3KR_69kROD7_R9hKT-26" style="line;strokeWidth=1;fillColor=none;align=center;verticalAlign=middle;spacingTop=-1;spacingLeft=3;spacingRight=3;rotatable=0;labelPosition=right;points=[];portConstraint=eastwest;strokeColor=inherit;" value="" vertex="1">
+           <mxGeometry height="8" width="230" y="182" as="geometry" />
+         </mxCell>
+         <mxCell id="-Ip3KR_69kROD7_R9hKT-34" parent="-Ip3KR_69kROD7_R9hKT-26" style="text;strokeColor=none;fillColor=none;align=center;verticalAlign=top;spacingLeft=4;spacingRight=4;overflow=hidden;rotatable=0;points=[[0,0.5],[1,0.5]];portConstraint=eastwest;whiteSpace=wrap;html=1;" value="+ buatDataKirim(): Boolean" vertex="1">
+           <mxGeometry height="26" width="230" y="190" as="geometry" />
+         </mxCell>
+         <mxCell id="-Ip3KR_69kROD7_R9hKT-35" parent="-Ip3KR_69kROD7_R9hKT-26" style="text;strokeColor=none;fillColor=none;align=center;verticalAlign=top;spacingLeft=4;spacingRight=4;overflow=hidden;rotatable=0;points=[[0,0.5],[1,0.5]];portConstraint=eastwest;whiteSpace=wrap;html=1;" value="+ lacakPengiriman(): String" vertex="1">
+           <mxGeometry height="26" width="230" y="216" as="geometry" />
+         </mxCell>
+         <mxCell id="-Ip3KR_69kROD7_R9hKT-36" parent="-Ip3KR_69kROD7_R9hKT-26" style="text;strokeColor=none;fillColor=none;align=center;verticalAlign=top;spacingLeft=4;spacingRight=4;overflow=hidden;rotatable=0;points=[[0,0.5],[1,0.5]];portConstraint=eastwest;whiteSpace=wrap;html=1;" value="- assignKurir(): Void" vertex="1">
+           <mxGeometry height="26" width="230" y="242" as="geometry" />
+         </mxCell>
+         <mxCell id="-Ip3KR_69kROD7_R9hKT-37" parent="-Ip3KR_69kROD7_R9hKT-26" style="text;strokeColor=none;fillColor=none;align=center;verticalAlign=top;spacingLeft=4;spacingRight=4;overflow=hidden;rotatable=0;points=[[0,0.5],[1,0.5]];portConstraint=eastwest;whiteSpace=wrap;html=1;" value="- updateStatusKirim(): Void" vertex="1">
          <mxGeometry height="26" width="230" y="268" as="geometry" />
        </mxCell>
      </root>
    </mxGraphModel>
  </diagram>
</mxfile>
